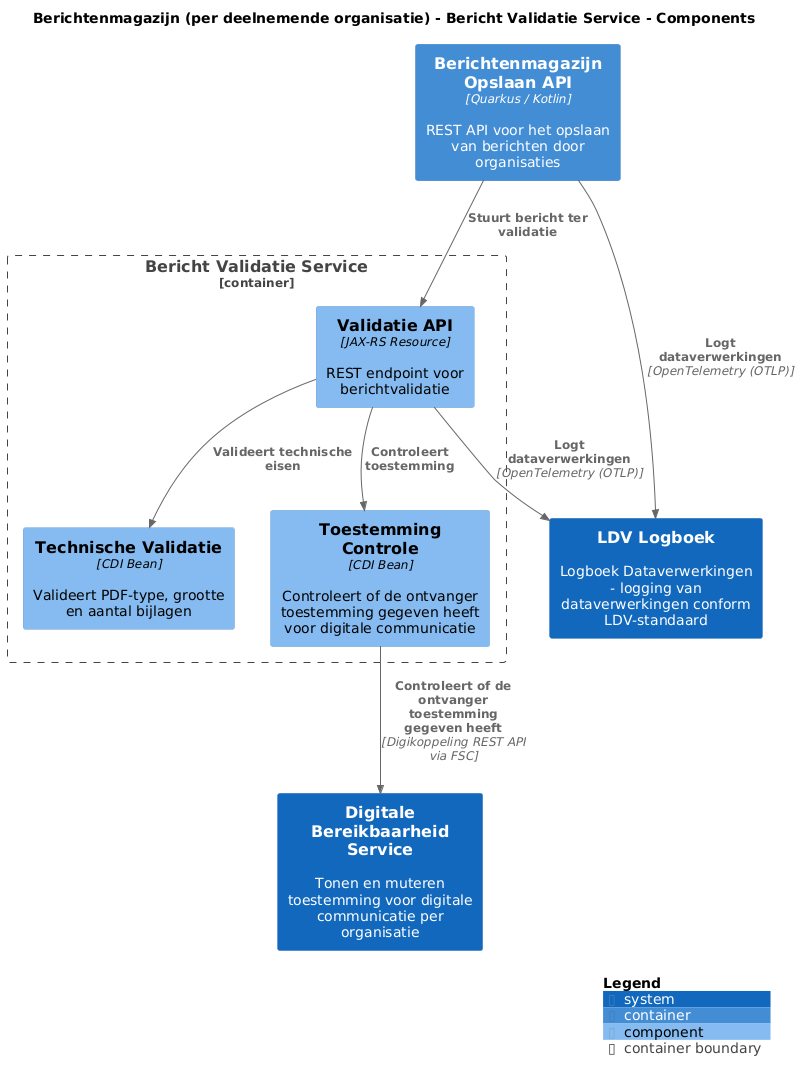
Above: master/png/BerichtValidatieComponenten.png in MinBZK/moza-poc-fbs-berichtenbox (PlantUML), before the change.
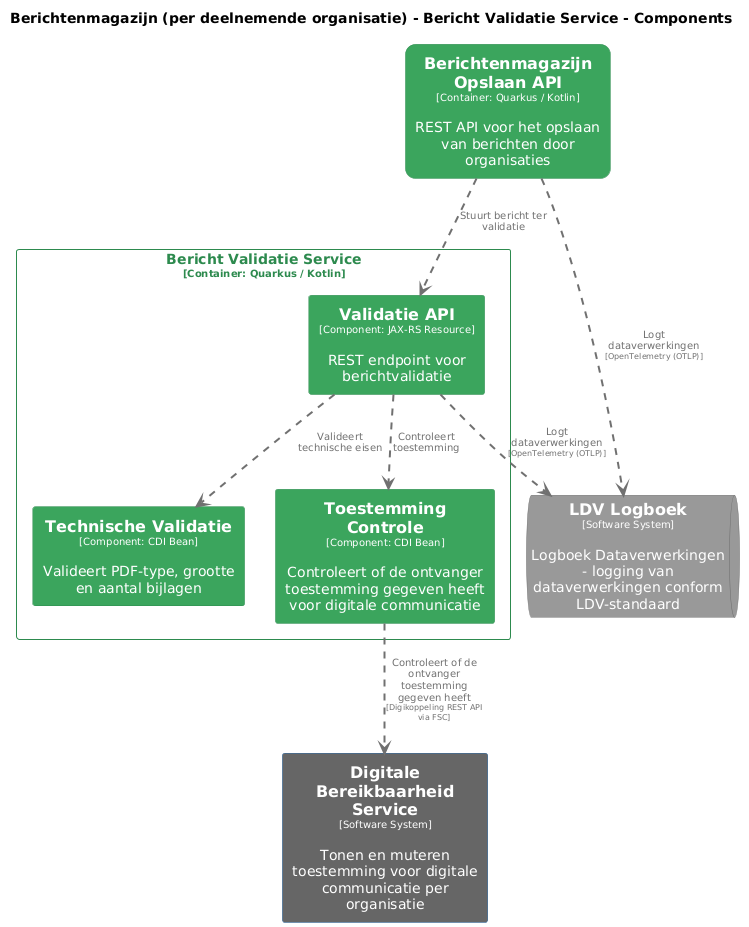
The same diagram one commit later.

The edit, as a diff of the source:
```diff
@@ -3,28 +3,75 @@
 title Berichtenmagazijn (per deelnemende organisatie) - Bericht Validatie Service - Components
 
 top to bottom direction
+skinparam ranksep 60
+skinparam nodesep 30
 
-!include <C4/C4>
-!include <C4/C4_Context>
-!include <C4/C4_Container>
-!include <C4/C4_Component>
-
-System(DigitaleBereikbaarheidService, "Digitale Bereikbaarheid Service", $descr="Tonen en muteren toestemming voor digitale communicatie per organisatie", $tags="", $link="")
-Container(Berichtenmagazijnperdeelnemendeorganisatie.BerichtenmagazijnOpslaanAPI, "Berichtenmagazijn Opslaan API", $techn="Quarkus / Kotlin", $descr="REST API voor het opslaan van berichten door organisaties", $tags="", $link="")
-System(LDVLogboek, "LDV Logboek", $descr="Logboek Dataverwerkingen - logging van dataverwerkingen conform LDV-standaard", $tags="", $link="")
-
-Container_Boundary("Berichtenmagazijnperdeelnemendeorganisatie.BerichtValidatieService_boundary", "Bericht Validatie Service", $tags="") {
-  Component(Berichtenmagazijnperdeelnemendeorganisatie.BerichtValidatieService.ValidatieAPI, "Validatie API", $techn="JAX-RS Resource", $descr="REST endpoint voor berichtvalidatie", $tags="", $link="")
-  Component(Berichtenmagazijnperdeelnemendeorganisatie.BerichtValidatieService.TechnischeValidatie, "Technische Validatie", $techn="CDI Bean", $descr="Valideert PDF-type, grootte en aantal bijlagen", $tags="", $link="")
-  Component(Berichtenmagazijnperdeelnemendeorganisatie.BerichtValidatieService.ToestemmingControle, "Toestemming Controle", $techn="CDI Bean", $descr="Controleert of de ontvanger toestemming gegeven heeft voor digitale communicatie", $tags="", $link="")
+skinparam {
+  arrowFontSize 10
+  defaultTextAlignment center
+  wrapWidth 200
+  maxMessageSize 100
 }
 
-Rel(Berichtenmagazijnperdeelnemendeorganisatie.BerichtValidatieService.ValidatieAPI, LDVLogboek, "Logt dataverwerkingen", $techn="OpenTelemetry (OTLP)", $tags="", $link="")
-Rel(Berichtenmagazijnperdeelnemendeorganisatie.BerichtValidatieService.ValidatieAPI, Berichtenmagazijnperdeelnemendeorganisatie.BerichtValidatieService.TechnischeValidatie, "Valideert technische eisen", $techn="", $tags="", $link="")
-Rel(Berichtenmagazijnperdeelnemendeorganisatie.BerichtValidatieService.ValidatieAPI, Berichtenmagazijnperdeelnemendeorganisatie.BerichtValidatieService.ToestemmingControle, "Controleert toestemming", $techn="", $tags="", $link="")
-Rel(Berichtenmagazijnperdeelnemendeorganisatie.BerichtenmagazijnOpslaanAPI, Berichtenmagazijnperdeelnemendeorganisatie.BerichtValidatieService.ValidatieAPI, "Stuurt bericht ter validatie", $techn="", $tags="", $link="")
-Rel(Berichtenmagazijnperdeelnemendeorganisatie.BerichtValidatieService.ToestemmingControle, DigitaleBereikbaarheidService, "Controleert of de ontvanger toestemming gegeven heeft", $techn="Digikoppeling REST API via FSC", $tags="", $link="")
-Rel(Berichtenmagazijnperdeelnemendeorganisatie.BerichtenmagazijnOpslaanAPI, LDVLogboek, "Logt dataverwerkingen", $techn="OpenTelemetry (OTLP)", $tags="", $link="")
+hide stereotype
 
-SHOW_LEGEND(true)
+skinparam rectangle<<Berichtenmagazijnperdeelnemendeorganisatie.BerichtenmagazijnOpslaanAPI>> {
+  BackgroundColor #3ba55d
+  FontColor #ffffff
+  BorderColor #2d8a4e
+  roundCorner 20
+  shadowing false
+}
+skinparam rectangle<<DigitaleBereikbaarheidService>> {
+  BackgroundColor #666666
+  FontColor #ffffff
+  BorderColor #0b4884
+  shadowing false
+}
+skinparam queue<<LDVLogboek>> {
+  BackgroundColor #999999
+  FontColor #ffffff
+  BorderColor #6b6b6b
+  shadowing false
+}
+skinparam rectangle<<Berichtenmagazijnperdeelnemendeorganisatie.BerichtValidatieService.TechnischeValidatie>> {
+  BackgroundColor #3ba55d
+  FontColor #ffffff
+  BorderColor #2d8a4e
+  shadowing false
+}
+skinparam rectangle<<Berichtenmagazijnperdeelnemendeorganisatie.BerichtValidatieService.ToestemmingControle>> {
+  BackgroundColor #3ba55d
+  FontColor #ffffff
+  BorderColor #2d8a4e
+  shadowing false
+}
+skinparam rectangle<<Berichtenmagazijnperdeelnemendeorganisatie.BerichtValidatieService.ValidatieAPI>> {
+  BackgroundColor #3ba55d
+  FontColor #ffffff
+  BorderColor #2d8a4e
+  shadowing false
+}
+skinparam rectangle<<Berichtenmagazijnperdeelnemendeorganisatie.BerichtValidatieService>> {
+  BorderColor #2d8a4e
+  FontColor #2d8a4e
+  shadowing false
+}
+
+rectangle "==Digitale Bereikbaarheid Service\n<size:10>[Software System]</size>\n\nTonen en muteren toestemming voor digitale communicatie per organisatie" <<DigitaleBereikbaarheidService>> as DigitaleBereikbaarheidService
+rectangle "==Berichtenmagazijn Opslaan API\n<size:10>[Container: Quarkus / Kotlin]</size>\n\nREST API voor het opslaan van berichten door organisaties" <<Berichtenmagazijnperdeelnemendeorganisatie.BerichtenmagazijnOpslaanAPI>> as Berichtenmagazijnperdeelnemendeorganisatie.BerichtenmagazijnOpslaanAPI
+queue "==LDV Logboek\n<size:10>[Software System]</size>\n\nLogboek Dataverwerkingen - logging van dataverwerkingen conform LDV-standaard" <<LDVLogboek>> as LDVLogboek
+
+rectangle "Bericht Validatie Service\n<size:10>[Container: Quarkus / Kotlin]</size>" <<Berichtenmagazijnperdeelnemendeorganisatie.BerichtValidatieService>> {
+  rectangle "==Validatie API\n<size:10>[Component: JAX-RS Resource]</size>\n\nREST endpoint voor berichtvalidatie" <<Berichtenmagazijnperdeelnemendeorganisatie.BerichtValidatieService.ValidatieAPI>> as Berichtenmagazijnperdeelnemendeorganisatie.BerichtValidatieService.ValidatieAPI
+  rectangle "==Technische Validatie\n<size:10>[Component: CDI Bean]</size>\n\nValideert PDF-type, grootte en aantal bijlagen" <<Berichtenmagazijnperdeelnemendeorganisatie.BerichtValidatieService.TechnischeValidatie>> as Berichtenmagazijnperdeelnemendeorganisatie.BerichtValidatieService.TechnischeValidatie
+  rectangle "==Toestemming Controle\n<size:10>[Component: CDI Bean]</size>\n\nControleert of de ontvanger toestemming gegeven heeft voor digitale communicatie" <<Berichtenmagazijnperdeelnemendeorganisatie.BerichtValidatieService.ToestemmingControle>> as Berichtenmagazijnperdeelnemendeorganisatie.BerichtValidatieService.ToestemmingControle
+}
+
+Berichtenmagazijnperdeelnemendeorganisatie.BerichtValidatieService.ValidatieAPI .[#707070,thickness=2].> LDVLogboek : "<color:#707070>Logt dataverwerkingen\n<color:#707070><size:8>[OpenTelemetry (OTLP)]</size>"
+Berichtenmagazijnperdeelnemendeorganisatie.BerichtValidatieService.ValidatieAPI .[#707070,thickness=2].> Berichtenmagazijnperdeelnemendeorganisatie.BerichtValidatieService.TechnischeValidatie : "<color:#707070>Valideert technische eisen"
+Berichtenmagazijnperdeelnemendeorganisatie.BerichtValidatieService.ValidatieAPI .[#707070,thickness=2].> Berichtenmagazijnperdeelnemendeorganisatie.BerichtValidatieService.ToestemmingControle : "<color:#707070>Controleert toestemming"
+Berichtenmagazijnperdeelnemendeorganisatie.BerichtenmagazijnOpslaanAPI .[#707070,thickness=2].> Berichtenmagazijnperdeelnemendeorganisatie.BerichtValidatieService.ValidatieAPI : "<color:#707070>Stuurt bericht ter validatie"
+Berichtenmagazijnperdeelnemendeorganisatie.BerichtValidatieService.ToestemmingControle .[#707070,thickness=2].> DigitaleBereikbaarheidService : "<color:#707070>Controleert of de ontvanger toestemming gegeven heeft\n<color:#707070><size:8>[Digikoppeling REST API via FSC]</size>"
+Berichtenmagazijnperdeelnemendeorganisatie.BerichtenmagazijnOpslaanAPI .[#707070,thickness=2].> LDVLogboek : "<color:#707070>Logt dataverwerkingen\n<color:#707070><size:8>[OpenTelemetry (OTLP)]</size>"
 @enduml
```
